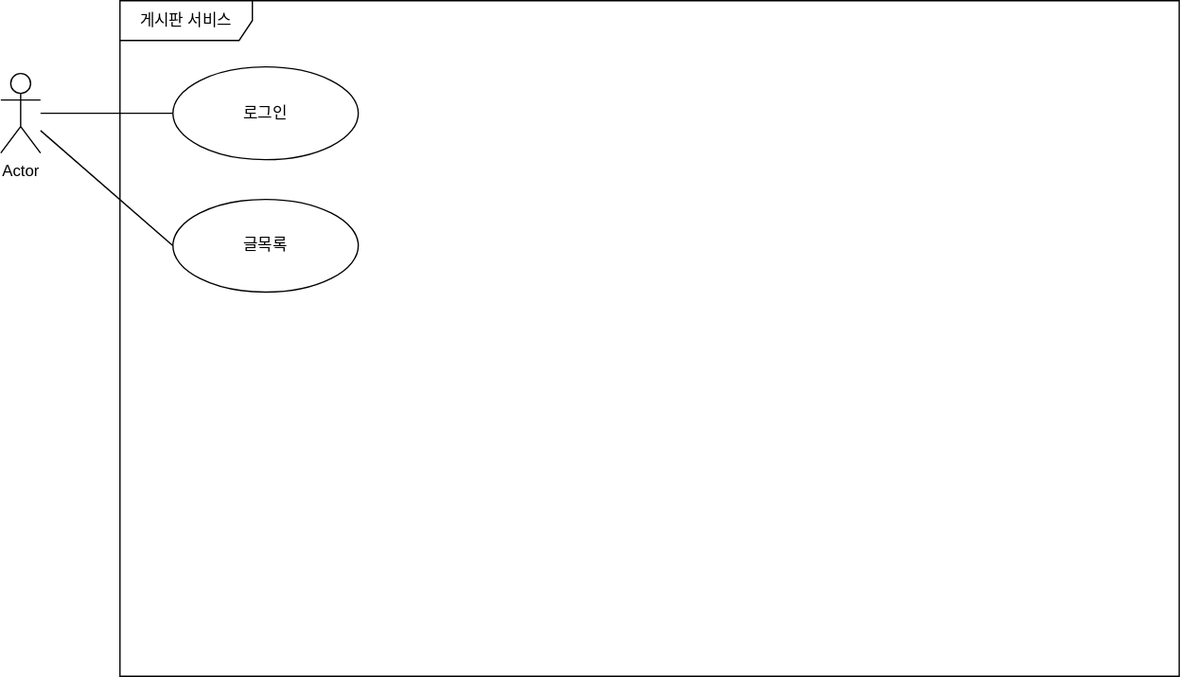
kdg99/GreenAcademy keeps this draw.io diagram as JSP/JBoard1/게시판 서비스.drawio.svg. Above is the earlier version. Source tidied: cells renumbered, new cells last; positions are measured from the earlier drawing's top-left corner, leaving out a move shared by most shapes. The source it was exported from:
```xml
<mxGraphModel>
  <root>
    <mxCell id="0" />
    <mxCell id="1" parent="0" />
    <mxCell id="2" style="rounded=0;jettySize=auto;html=1;endArrow=none;endFill=0;" parent="1" edge="1" source="4" target="6">
      <mxGeometry relative="1" as="geometry" />
    </mxCell>
    <mxCell id="3" style="rounded=0;jettySize=auto;html=1;entryX=0;entryY=0.5;entryDx=0;entryDy=0;endArrow=none;endFill=0;" parent="1" edge="1" source="4" target="7">
      <mxGeometry relative="1" as="geometry" />
    </mxCell>
    <mxCell id="4" value="Actor" style="shape=umlActor;verticalLabelPosition=bottom;verticalAlign=top;html=1;outlineConnect=0;" parent="1" vertex="1">
      <mxGeometry y="55" width="30" height="60" as="geometry" />
    </mxCell>
    <mxCell id="5" value="게시판 서비스" style="shape=umlFrame;whiteSpace=wrap;html=1;width=100;height=30;" parent="1" vertex="1">
      <mxGeometry x="90" width="800" height="510" as="geometry" />
    </mxCell>
    <mxCell id="6" value="로그인" style="ellipse;whiteSpace=wrap;html=1;" parent="1" vertex="1">
      <mxGeometry x="130" y="50" width="140" height="70" as="geometry" />
    </mxCell>
    <mxCell id="7" value="글목록" style="ellipse;whiteSpace=wrap;html=1;" parent="1" vertex="1">
      <mxGeometry x="130" y="150" width="140" height="70" as="geometry" />
    </mxCell>
  </root>
</mxGraphModel>
```
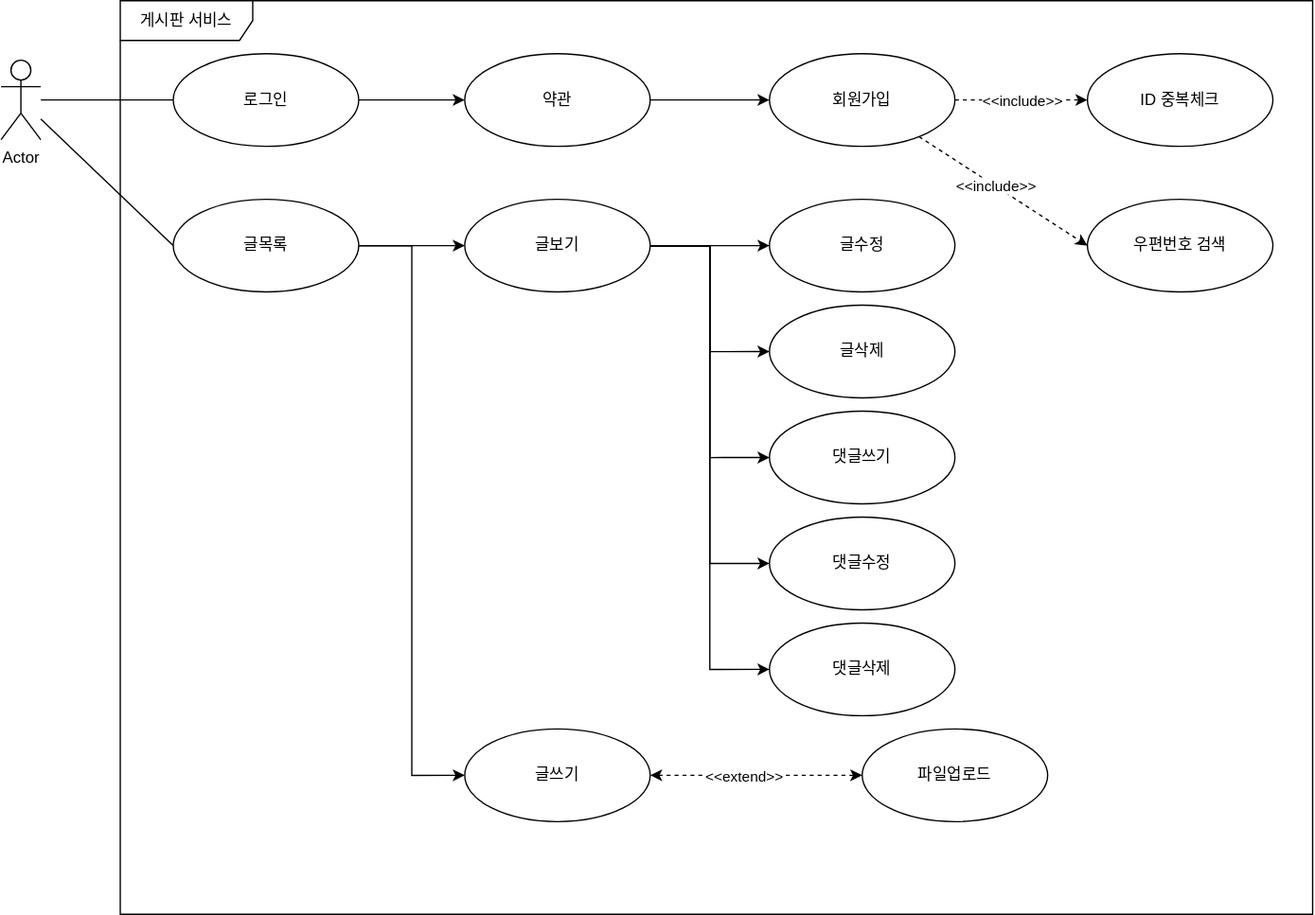
The same diagram one commit later.

Commit message:
게시판 서비스.drawio.svg 업데이트

Change to the diagram source:
```diff
@@ -9,16 +9,103 @@
       <mxGeometry relative="1" as="geometry" />
     </mxCell>
     <mxCell id="4" value="Actor" style="shape=umlActor;verticalLabelPosition=bottom;verticalAlign=top;html=1;outlineConnect=0;" parent="1" vertex="1">
-      <mxGeometry y="55" width="30" height="60" as="geometry" />
+      <mxGeometry y="45" width="30" height="60" as="geometry" />
     </mxCell>
     <mxCell id="5" value="게시판 서비스" style="shape=umlFrame;whiteSpace=wrap;html=1;width=100;height=30;" parent="1" vertex="1">
-      <mxGeometry x="90" width="800" height="510" as="geometry" />
+      <mxGeometry x="90" width="900" height="690" as="geometry" />
     </mxCell>
+    <mxCell id="8" style="edgeStyle=none;rounded=0;jettySize=auto;html=1;endArrow=classic;endFill=1;" parent="1" edge="1" source="6" target="12">
+      <mxGeometry relative="1" as="geometry" />
+    </mxCell>
     <mxCell id="6" value="로그인" style="ellipse;whiteSpace=wrap;html=1;" parent="1" vertex="1">
-      <mxGeometry x="130" y="50" width="140" height="70" as="geometry" />
+      <mxGeometry x="130" y="40" width="140" height="70" as="geometry" />
     </mxCell>
+    <mxCell id="9" style="edgeStyle=none;rounded=0;jettySize=auto;html=1;endArrow=classic;endFill=1;" parent="1" edge="1" source="7" target="25">
+      <mxGeometry relative="1" as="geometry" />
+    </mxCell>
+    <mxCell id="10" style="edgeStyle=orthogonalEdgeStyle;rounded=0;jettySize=auto;html=1;entryX=0;entryY=0.5;entryDx=0;entryDy=0;endArrow=classic;endFill=1;" parent="1" edge="1" source="7" target="33">
+      <mxGeometry relative="1" as="geometry" />
+    </mxCell>
     <mxCell id="7" value="글목록" style="ellipse;whiteSpace=wrap;html=1;" parent="1" vertex="1">
       <mxGeometry x="130" y="150" width="140" height="70" as="geometry" />
     </mxCell>
+    <mxCell id="11" style="edgeStyle=none;rounded=0;jettySize=auto;html=1;entryX=0;entryY=0.5;entryDx=0;entryDy=0;endArrow=classic;endFill=1;" parent="1" edge="1" source="12" target="17">
+      <mxGeometry relative="1" as="geometry" />
+    </mxCell>
+    <mxCell id="12" value="약관" style="ellipse;whiteSpace=wrap;html=1;" parent="1" vertex="1">
+      <mxGeometry x="350" y="40" width="140" height="70" as="geometry" />
+    </mxCell>
+    <mxCell id="13" style="edgeStyle=none;rounded=0;jettySize=auto;html=1;entryX=0;entryY=0.5;entryDx=0;entryDy=0;endArrow=classic;endFill=1;dashed=1;" parent="1" edge="1" source="17" target="18">
+      <mxGeometry relative="1" as="geometry" />
+    </mxCell>
+    <mxCell id="14" value="&amp;lt;&amp;lt;include&amp;gt;&amp;gt;" style="edgeLabel;html=1;align=center;verticalAlign=middle;" parent="13" vertex="1">
+      <mxGeometry x="-0.26" y="1" relative="1" as="geometry">
+        <mxPoint x="14" y="1" as="offset" />
+      </mxGeometry>
+    </mxCell>
+    <mxCell id="15" style="edgeStyle=none;rounded=0;jettySize=auto;html=1;entryX=0;entryY=0.5;entryDx=0;entryDy=0;dashed=1;endArrow=classic;endFill=1;" parent="1" edge="1" source="17" target="19">
+      <mxGeometry relative="1" as="geometry" />
+    </mxCell>
+    <mxCell id="16" value="&amp;lt;&amp;lt;include&amp;gt;&amp;gt;" style="edgeLabel;html=1;align=center;verticalAlign=middle;" parent="15" vertex="1">
+      <mxGeometry x="0.26" y="1" relative="1" as="geometry">
+        <mxPoint x="-23" y="-14" as="offset" />
+      </mxGeometry>
+    </mxCell>
+    <mxCell id="17" value="회원가입" style="ellipse;whiteSpace=wrap;html=1;" parent="1" vertex="1">
+      <mxGeometry x="580" y="40" width="140" height="70" as="geometry" />
+    </mxCell>
+    <mxCell id="18" value="ID 중복체크" style="ellipse;whiteSpace=wrap;html=1;" parent="1" vertex="1">
+      <mxGeometry x="820" y="40" width="140" height="70" as="geometry" />
+    </mxCell>
+    <mxCell id="19" value="우편번호 검색" style="ellipse;whiteSpace=wrap;html=1;" parent="1" vertex="1">
+      <mxGeometry x="820" y="150" width="140" height="70" as="geometry" />
+    </mxCell>
+    <mxCell id="20" style="edgeStyle=orthogonalEdgeStyle;rounded=0;jettySize=auto;html=1;endArrow=classic;endFill=1;" parent="1" edge="1" source="25" target="26">
+      <mxGeometry relative="1" as="geometry" />
+    </mxCell>
+    <mxCell id="21" style="edgeStyle=orthogonalEdgeStyle;rounded=0;jettySize=auto;html=1;entryX=0;entryY=0.5;entryDx=0;entryDy=0;endArrow=classic;endFill=1;" parent="1" edge="1" source="25" target="27">
+      <mxGeometry relative="1" as="geometry" />
+    </mxCell>
+    <mxCell id="22" style="edgeStyle=orthogonalEdgeStyle;rounded=0;jettySize=auto;html=1;entryX=0;entryY=0.5;entryDx=0;entryDy=0;endArrow=classic;endFill=1;" parent="1" edge="1" source="25" target="28">
+      <mxGeometry relative="1" as="geometry" />
+    </mxCell>
+    <mxCell id="23" style="edgeStyle=orthogonalEdgeStyle;rounded=0;jettySize=auto;html=1;entryX=0;entryY=0.5;entryDx=0;entryDy=0;endArrow=classic;endFill=1;" parent="1" edge="1" source="25" target="29">
+      <mxGeometry relative="1" as="geometry" />
+    </mxCell>
+    <mxCell id="24" style="edgeStyle=orthogonalEdgeStyle;rounded=0;jettySize=auto;html=1;entryX=0;entryY=0.5;entryDx=0;entryDy=0;endArrow=classic;endFill=1;" parent="1" edge="1" source="25" target="30">
+      <mxGeometry relative="1" as="geometry" />
+    </mxCell>
+    <mxCell id="25" value="글보기" style="ellipse;whiteSpace=wrap;html=1;" parent="1" vertex="1">
+      <mxGeometry x="350" y="150" width="140" height="70" as="geometry" />
+    </mxCell>
+    <mxCell id="26" value="글수정" style="ellipse;whiteSpace=wrap;html=1;" parent="1" vertex="1">
+      <mxGeometry x="580" y="150" width="140" height="70" as="geometry" />
+    </mxCell>
+    <mxCell id="27" value="글삭제" style="ellipse;whiteSpace=wrap;html=1;" parent="1" vertex="1">
+      <mxGeometry x="580" y="230" width="140" height="70" as="geometry" />
+    </mxCell>
+    <mxCell id="28" value="댓글쓰기" style="ellipse;whiteSpace=wrap;html=1;" parent="1" vertex="1">
+      <mxGeometry x="580" y="310" width="140" height="70" as="geometry" />
+    </mxCell>
+    <mxCell id="29" value="댓글수정" style="ellipse;whiteSpace=wrap;html=1;" parent="1" vertex="1">
+      <mxGeometry x="580" y="390" width="140" height="70" as="geometry" />
+    </mxCell>
+    <mxCell id="30" value="댓글삭제" style="ellipse;whiteSpace=wrap;html=1;" parent="1" vertex="1">
+      <mxGeometry x="580" y="470" width="140" height="70" as="geometry" />
+    </mxCell>
+    <mxCell id="31" style="edgeStyle=orthogonalEdgeStyle;rounded=0;jettySize=auto;html=1;entryX=0;entryY=0.5;entryDx=0;entryDy=0;endArrow=classic;endFill=1;startArrow=classic;startFill=1;dashed=1;" parent="1" edge="1" source="33" target="34">
+      <mxGeometry relative="1" as="geometry" />
+    </mxCell>
+    <mxCell id="32" value="&amp;lt;&amp;lt;extend&amp;gt;&amp;gt;" style="edgeLabel;html=1;align=center;verticalAlign=middle;" parent="31" vertex="1">
+      <mxGeometry x="0.19" y="-2" relative="1" as="geometry">
+        <mxPoint x="-25" y="-2" as="offset" />
+      </mxGeometry>
+    </mxCell>
+    <mxCell id="33" value="글쓰기" style="ellipse;whiteSpace=wrap;html=1;" parent="1" vertex="1">
+      <mxGeometry x="350" y="550" width="140" height="70" as="geometry" />
+    </mxCell>
+    <mxCell id="34" value="파일업로드" style="ellipse;whiteSpace=wrap;html=1;" parent="1" vertex="1">
+      <mxGeometry x="650" y="550" width="140" height="70" as="geometry" />
+    </mxCell>
   </root>
 </mxGraphModel>
```
